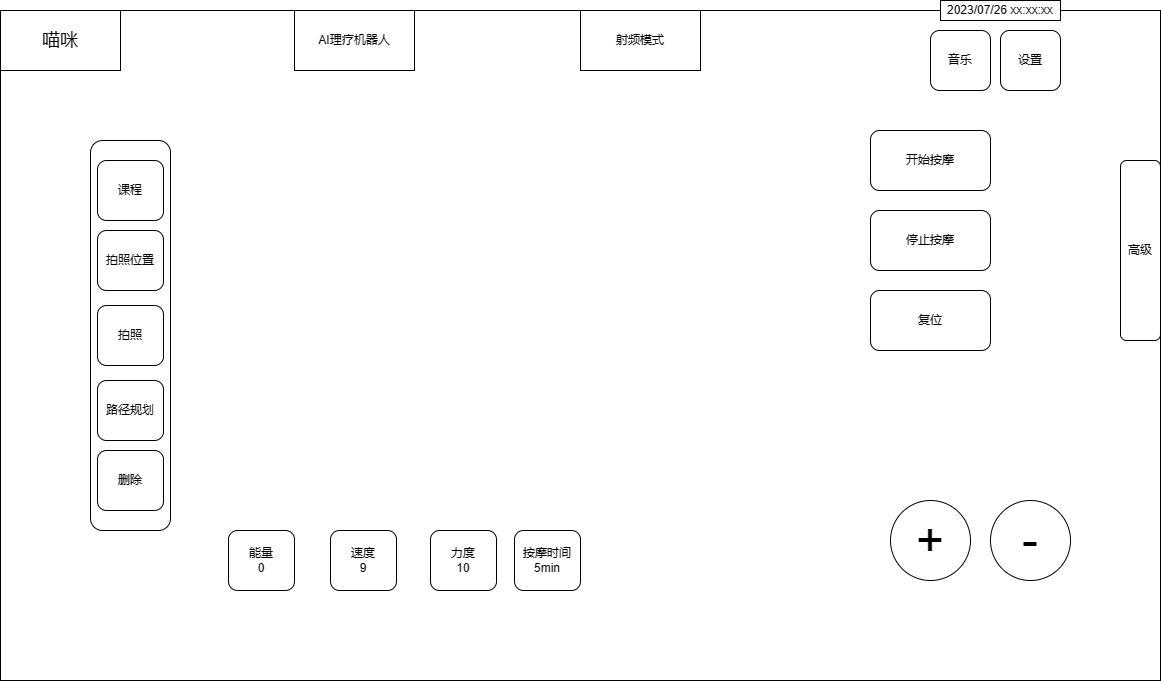
Above: MiaoMiRadio.png in Durpe/Drawio (draw.io), before the change. Source tidied: cells renumbered, new cells last; positions are measured from the earlier drawing's top-left corner, leaving out a move shared by most shapes.
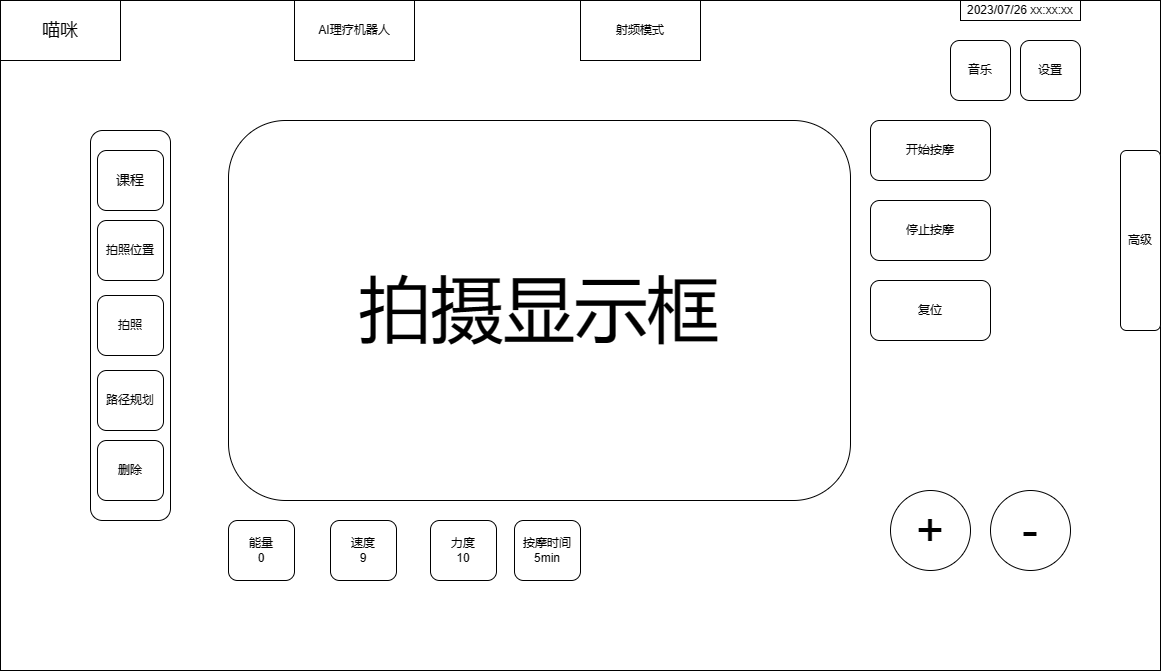
The same file after the commit.

The edit, as a diff of the source:
```diff
@@ -11,7 +11,7 @@
     <mxCell id="4" style="rounded=1;whiteSpace=wrap;html=1;" parent="1" vertex="1">
       <mxGeometry x="90" y="140" width="80" height="390" as="geometry" />
     </mxCell>
-    <mxCell id="5" value="课程" style="rounded=1;whiteSpace=wrap;html=1;" parent="1" vertex="1">
+    <mxCell id="5" value="&lt;font style=&quot;font-size: 14px;&quot;&gt;课程&lt;/font&gt;" style="rounded=1;whiteSpace=wrap;html=1;" parent="1" vertex="1">
       <mxGeometry x="97" y="160" width="66" height="60" as="geometry" />
     </mxCell>
     <mxCell id="6" value="拍照位置" style="rounded=1;whiteSpace=wrap;html=1;" parent="1" vertex="1">
@@ -33,13 +33,13 @@
       <mxGeometry x="580" y="10" width="120" height="60" as="geometry" />
     </mxCell>
     <mxCell id="12" value="2023/07/26 xx:xx:xx" style="rounded=0;whiteSpace=wrap;html=1;" parent="1" vertex="1">
-      <mxGeometry x="940" width="120" height="20" as="geometry" />
+      <mxGeometry x="960" y="10" width="120" height="20" as="geometry" />
     </mxCell>
     <mxCell id="13" value="音乐" style="rounded=1;whiteSpace=wrap;html=1;" parent="1" vertex="1">
-      <mxGeometry x="930" y="30" width="60" height="60" as="geometry" />
+      <mxGeometry x="950" y="50" width="60" height="60" as="geometry" />
     </mxCell>
     <mxCell id="14" value="设置" style="rounded=1;whiteSpace=wrap;html=1;" parent="1" vertex="1">
-      <mxGeometry x="1000" y="30" width="60" height="60" as="geometry" />
+      <mxGeometry x="1020" y="50" width="60" height="60" as="geometry" />
     </mxCell>
     <mxCell id="15" value="开始按摩" style="rounded=1;whiteSpace=wrap;html=1;" parent="1" vertex="1">
       <mxGeometry x="870" y="130" width="120" height="60" as="geometry" />
@@ -71,5 +71,8 @@
     <mxCell id="24" value="&lt;font style=&quot;font-size: 48px;&quot;&gt;+&lt;/font&gt;" style="ellipse;whiteSpace=wrap;html=1;" parent="1" vertex="1">
       <mxGeometry x="890" y="500" width="80" height="80" as="geometry" />
     </mxCell>
+    <mxCell id="25" value="&lt;font style=&quot;font-size: 72px;&quot;&gt;拍摄显示框&lt;/font&gt;" style="rounded=1;whiteSpace=wrap;html=1;" parent="1" vertex="1">
+      <mxGeometry x="228" y="130" width="622" height="380" as="geometry" />
+    </mxCell>
   </root>
 </mxGraphModel>
```
